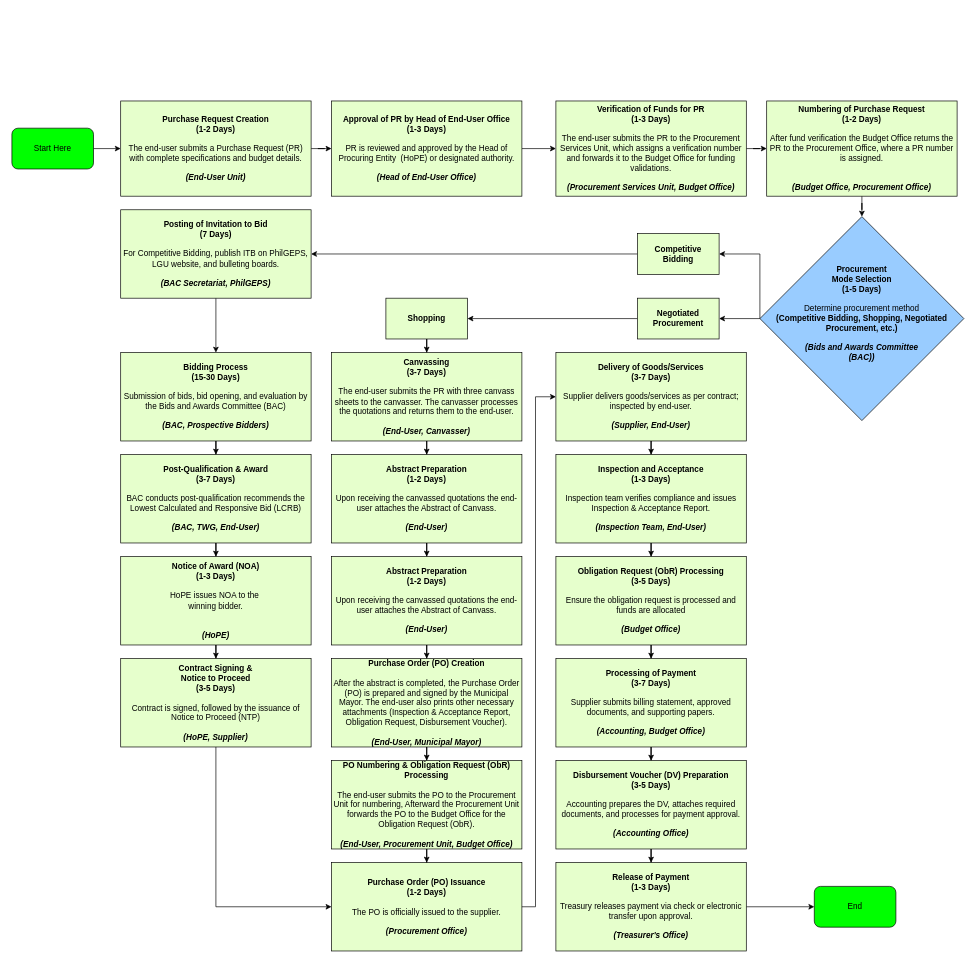
The draw.io diagram Untitled Diagram.drawio in nixon-dev/nixon-dev, before the edit. Source tidied: cells renumbered, new cells numbered last; positions are measured from the earlier drawing's top-left corner, leaving out a move shared by most shapes. Both pictures are drawn from the tidied source at 68%, with x=0, y=0 at pixel (12, 101).
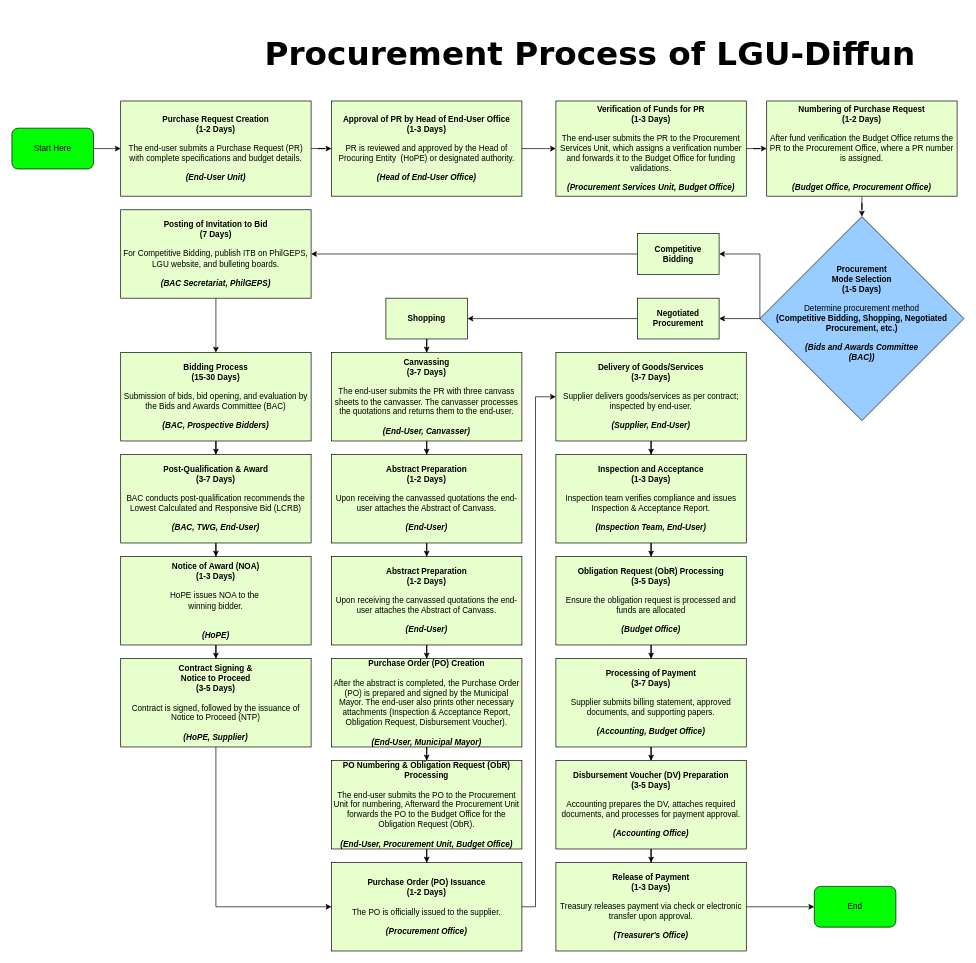
The same diagram, later.

Change to the diagram source:
```diff
@@
+    <mxCell id="56" value="&lt;h1&gt;&lt;font face=&quot;Verdana&quot;&gt;Procurement Process of LGU-Diffun&lt;/font&gt;&lt;/h1&gt;" style="text;strokeColor=none;fillColor=none;html=1;fontSize=24;fontStyle=1;verticalAlign=middle;align=center;" parent="1" vertex="1">
+      <mxGeometry x="800" y="-90" width="100" height="40" as="geometry" />
+    </mxCell>
```
